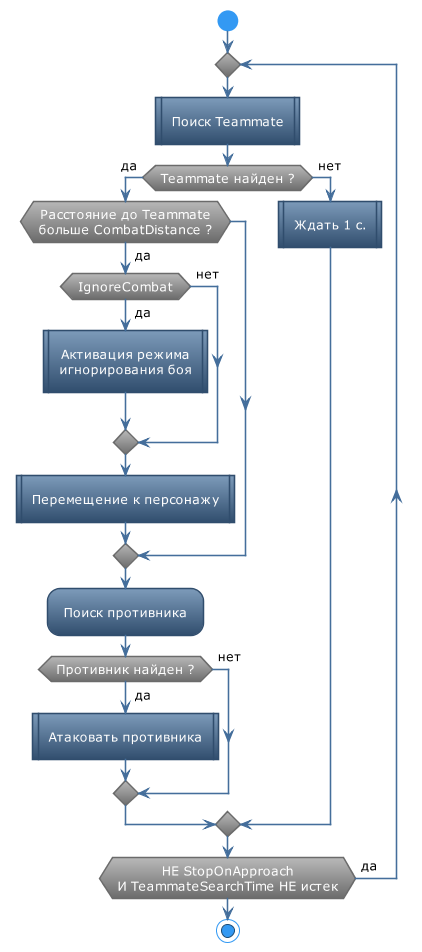
This is Quester/Actions/diagrams/MoveToTeammate.png from qpAHTA3EP/EntityToolsDocs, a PlantUML export, as it was before one commit. Source of this version:
```plantuml
@startuml
!theme spacelab
skinparam DefaultTextAlignment Center
start
repeat
:Поиск Teammate|
if(Teammate найден ?) then (<color:black>да)
    if(Расстояние до Teammate\nбольше CombatDistance ?) then (<color:black>да)
        if (IgnoreCombat) then (<color:black>да)
            :Активация режима\nигнорирования боя|
        else (<color:black>нет)
        endif
        :Перемещение к персонажу|
    endif
    :Поиск противника;
    if(Противник найден ?) then (<color:black>да)
        :Атаковать противника|
    else (<color:black>нет)
    endif

else (<color:black>нет)
    :Ждать 1 с.|
endif
repeat while (НЕ StopOnApproach\nИ TeammateSearchTime НЕ истек) is (<color:black>да)
stop

@enduml
```
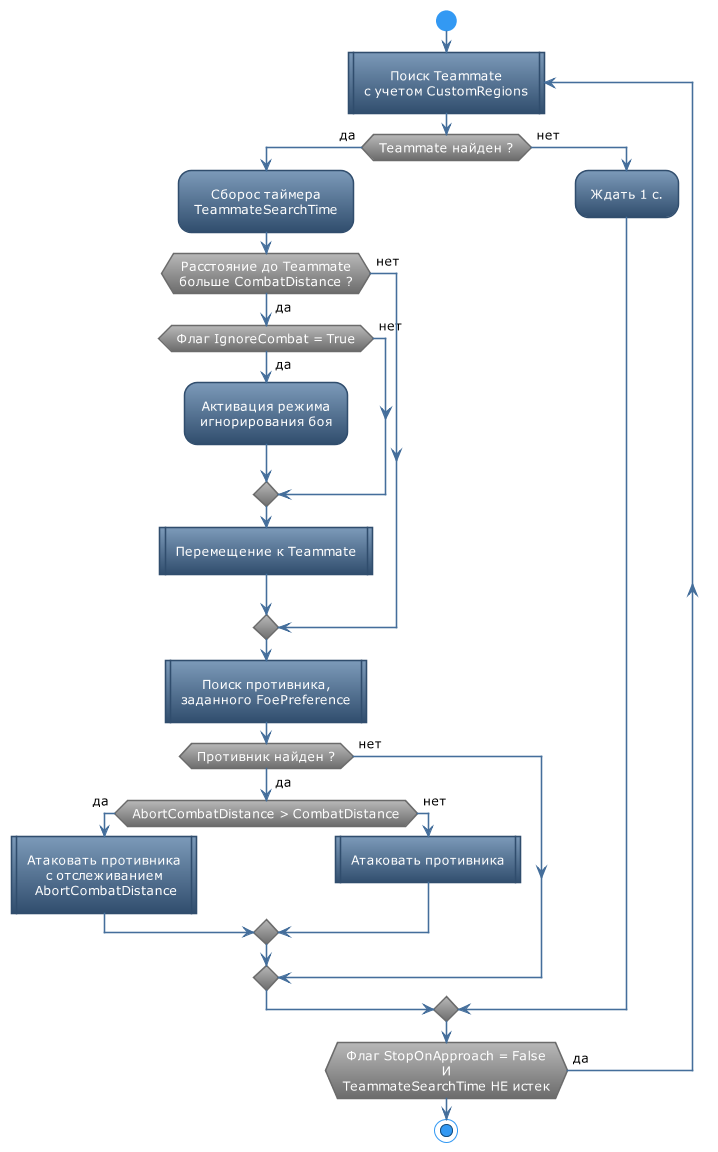
Above is the later version.

Commit message:
Уточнение описания и диаграммы MoveToTeammate

What changed in the source:
```diff
@@ -2,26 +2,31 @@
 !theme spacelab
 skinparam DefaultTextAlignment Center
 start
-repeat
-:Поиск Teammate|
+repeat :Поиск Teammate\nс учетом CustomRegions|
 if(Teammate найден ?) then (<color:black>да)
+    :Сборос таймера\nTeammateSearchTime;
     if(Расстояние до Teammate\nбольше CombatDistance ?) then (<color:black>да)
-        if (IgnoreCombat) then (<color:black>да)
-            :Активация режима\nигнорирования боя|
+        if (Флаг IgnoreCombat = True) then (<color:black>да)
+            :Активация режима\nигнорирования боя;
         else (<color:black>нет)
         endif
-        :Перемещение к персонажу|
+        :Перемещение к Teammate|
+    else (<color:black>нет)
     endif
-    :Поиск противника;
+    :Поиск противника,\nзаданного FoePreference|
     if(Противник найден ?) then (<color:black>да)
-        :Атаковать противника|
+        if(AbortCombatDistance > CombatDistance) then (<color:black>да)
+            :Атаковать противника\nс отслеживанием\n AbortCombatDistance|
+        else (<color:black>нет)
+            :Атаковать противника|
+        endif
     else (<color:black>нет)
     endif
 
 else (<color:black>нет)
-    :Ждать 1 с.|
+    :Ждать 1 с.;
 endif
-repeat while (НЕ StopOnApproach\nИ TeammateSearchTime НЕ истек) is (<color:black>да)
+repeat while (Флаг StopOnApproach = False\nИ\nTeammateSearchTime НЕ истек) is (<color:black>да)
 stop
 
 @enduml
```
